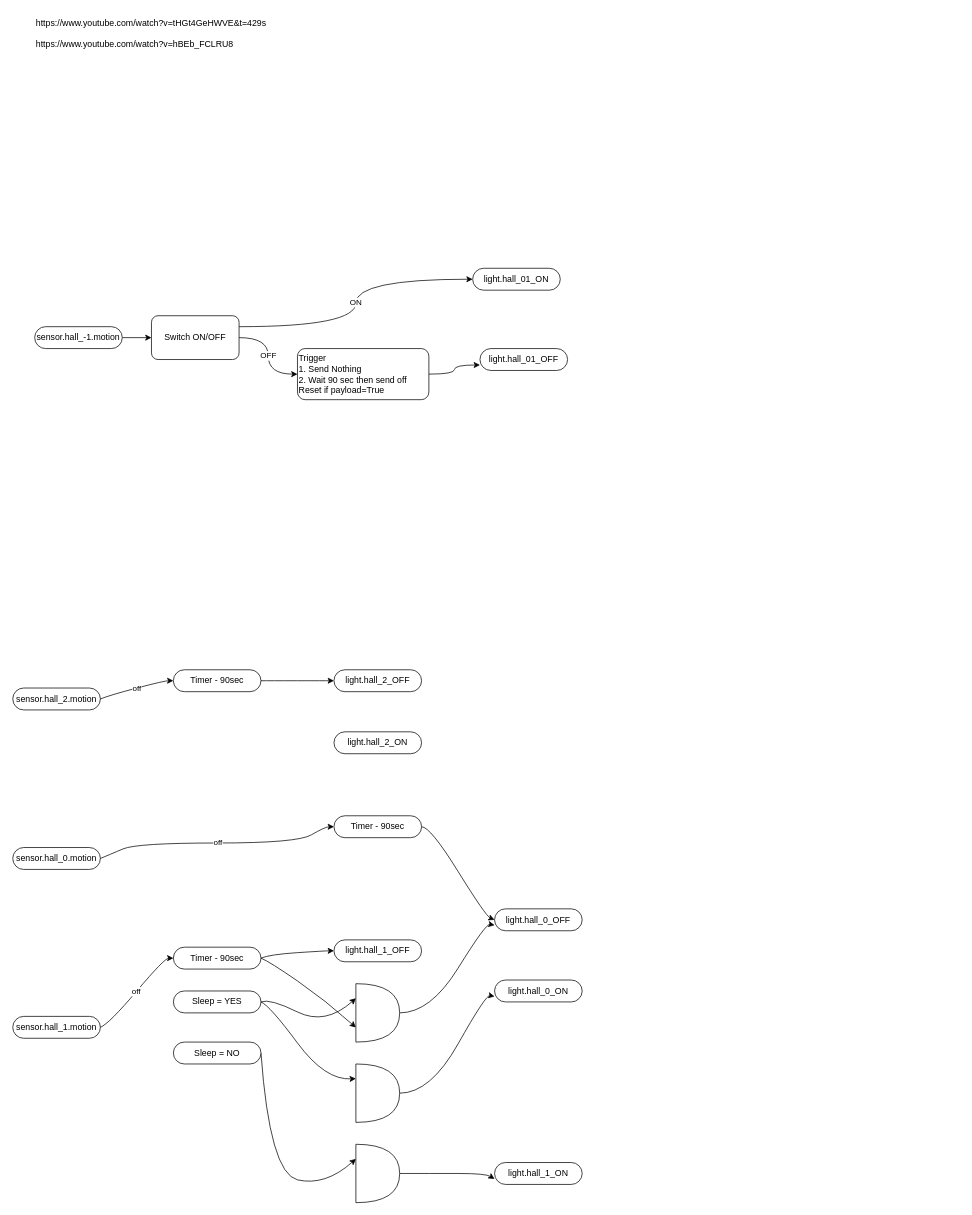
This is page "light.hall_motion_current" (2 of 4) of logical_flows/NodeRED_flow.drawio from houdaerttim/dns-hass, a draw.io file, before an edit. Source tidied: cells renumbered, new cells numbered last; positions are measured from the earlier drawing's top-left corner, leaving out a move shared by most shapes. Both pictures are drawn from the tidied source at 73%, with x=0, y=0 at pixel (12, 12).
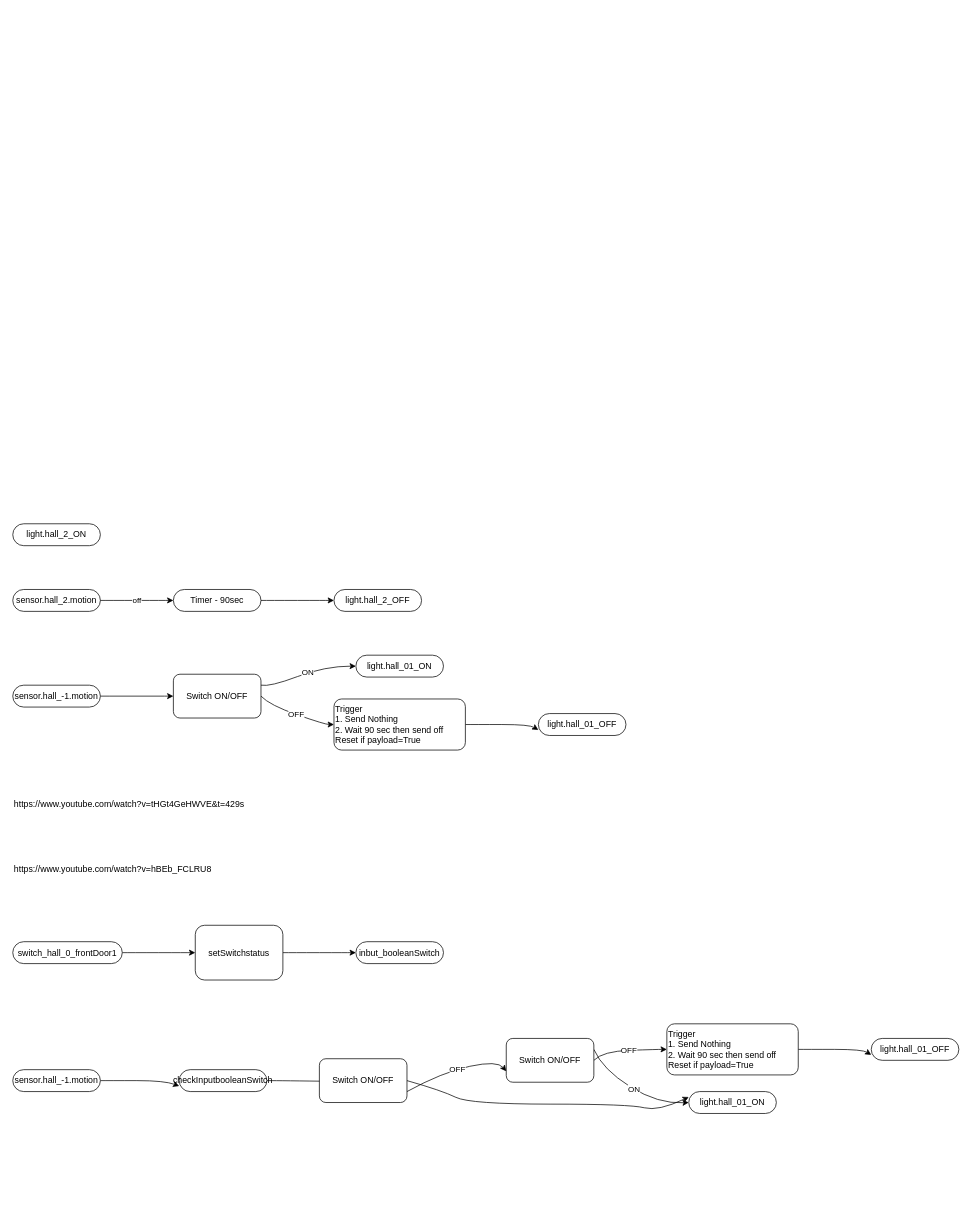
After the change.

Diff of the diagram source:
```diff
@@
-    <mxCell id="2" style="edgeStyle=orthogonalEdgeStyle;rounded=0;jettySize=auto;html=1;exitX=1;exitY=0.5;exitDx=0;exitDy=0;entryX=0;entryY=0.5;entryDx=0;entryDy=0;" parent="1" edge="1" source="3" target="38">
-      <mxGeometry relative="1" as="geometry" />
+    <mxCell id="2" style="edgeStyle=orthogonalEdgeStyle;rounded=0;jettySize=auto;html=1;exitX=1;exitY=0.5;exitDx=0;exitDy=0;entryX=0;entryY=0.5;entryDx=0;entryDy=0;noEdgeStyle=1;orthogonal=1;" parent="1" edge="1" source="3" target="38">
+      <mxGeometry relative="1" as="geometry">
+        <Array as="points">
+          <mxPoint x="132" y="936.1" />
+          <mxPoint x="208" y="936.1" />
+        </Array>
+      </mxGeometry>
     </mxCell>
     <mxCell id="3" value="sensor.hall_-1.motion" style="rounded=1;whiteSpace=wrap;html=1;arcSize=50;" parent="1" vertex="1">
-      <mxGeometry x="30" y="430" width="120" height="30" as="geometry" />
+      <mxGeometry y="921.1" width="120" height="30" as="geometry" />
     </mxCell>
-    <mxCell id="4" value="sensor.hall_0.motion" style="rounded=1;whiteSpace=wrap;html=1;arcSize=50;" parent="1" vertex="1">
-      <mxGeometry y="1143.5" width="120" height="30" as="geometry" />
-    </mxCell>
-    <mxCell id="5" value="sensor.hall_1.motion" style="rounded=1;whiteSpace=wrap;html=1;arcSize=50;" parent="1" vertex="1">
-      <mxGeometry y="1374.8" width="120" height="30" as="geometry" />
-    </mxCell>
     <mxCell id="6" value="sensor.hall_2.motion" style="rounded=1;whiteSpace=wrap;html=1;arcSize=50;" parent="1" vertex="1">
-      <mxGeometry y="925" width="120" height="30" as="geometry" />
+      <mxGeometry y="790" width="120" height="30" as="geometry" />
     </mxCell>
     <mxCell id="7" value="light.hall_01_ON" style="rounded=1;whiteSpace=wrap;html=1;arcSize=50;" parent="1" vertex="1">
-      <mxGeometry x="630" y="350" width="120" height="30" as="geometry" />
+      <mxGeometry x="470" y="880" width="120" height="30" as="geometry" />
     </mxCell>
     <mxCell id="8" value="light.hall_01_OFF" style="rounded=1;whiteSpace=wrap;html=1;arcSize=50;" parent="1" vertex="1">
-      <mxGeometry x="640" y="460" width="120" height="30" as="geometry" />
+      <mxGeometry x="720" y="960" width="120" height="30" as="geometry" />
     </mxCell>
-    <mxCell id="9" value="light.hall_0_ON" style="rounded=1;whiteSpace=wrap;html=1;arcSize=50;" parent="1" vertex="1">
-      <mxGeometry x="660" y="1325" width="120" height="30" as="geometry" />
-    </mxCell>
-    <mxCell id="10" value="light.hall_0_OFF" style="rounded=1;whiteSpace=wrap;html=1;arcSize=50;" parent="1" vertex="1">
-      <mxGeometry x="660" y="1227.5" width="120" height="30" as="geometry" />
-    </mxCell>
-    <mxCell id="11" value="light.hall_1_ON" style="rounded=1;whiteSpace=wrap;html=1;arcSize=50;" parent="1" vertex="1">
-      <mxGeometry x="660" y="1575" width="120" height="30" as="geometry" />
-    </mxCell>
-    <mxCell id="12" value="light.hall_1_OFF" style="rounded=1;whiteSpace=wrap;html=1;arcSize=50;" parent="1" vertex="1">
-      <mxGeometry x="440" y="1270" width="120" height="30" as="geometry" />
-    </mxCell>
     <mxCell id="13" value="light.hall_2_ON" style="rounded=1;whiteSpace=wrap;html=1;arcSize=50;" parent="1" vertex="1">
-      <mxGeometry x="440" y="985" width="120" height="30" as="geometry" />
+      <mxGeometry y="700" width="120" height="30" as="geometry" />
     </mxCell>
     <mxCell id="14" value="light.hall_2_OFF" style="rounded=1;whiteSpace=wrap;html=1;arcSize=50;" parent="1" vertex="1">
-      <mxGeometry x="440" y="900" width="120" height="30" as="geometry" />
+      <mxGeometry x="440" y="790" width="120" height="30" as="geometry" />
     </mxCell>
-    <mxCell id="15" value="off" style="edgeStyle=orthogonalEdgeStyle;curved=1;rounded=0;jettySize=auto;html=1;exitX=1;exitY=0.5;exitDx=0;exitDy=0;entryX=0;entryY=0.5;entryDx=0;entryDy=0;noEdgeStyle=1;orthogonal=1;" parent="1" edge="1" source="4" target="17">
-      <mxGeometry relative="1" as="geometry">
-        <Array as="points">
-          <mxPoint x="132" y="1153.5" />
-          <mxPoint x="170" y="1137.3" />
-          <mxPoint x="390" y="1137.3" />
-          <mxPoint x="428" y="1115" />
-        </Array>
-      </mxGeometry>
-    </mxCell>
-    <mxCell id="16" style="edgeStyle=orthogonalEdgeStyle;curved=1;rounded=0;jettySize=auto;html=1;exitX=1;exitY=0.5;exitDx=0;exitDy=0;entryX=0;entryY=0.5;entryDx=0;entryDy=0;noEdgeStyle=1;orthogonal=1;" parent="1" edge="1" source="17" target="10">
-      <mxGeometry relative="1" as="geometry">
-        <Array as="points">
-          <mxPoint x="572" y="1115" />
-          <mxPoint x="648" y="1237.5" />
-        </Array>
-      </mxGeometry>
-    </mxCell>
-    <mxCell id="17" value="Timer - 90sec" style="rounded=1;whiteSpace=wrap;html=1;arcSize=50;" parent="1" vertex="1">
-      <mxGeometry x="440" y="1100" width="120" height="30" as="geometry" />
-    </mxCell>
-    <mxCell id="18" value="off" style="edgeStyle=orthogonalEdgeStyle;curved=1;rounded=0;jettySize=auto;html=1;exitX=1;exitY=0.5;exitDx=0;exitDy=0;entryX=0;entryY=0.5;entryDx=0;entryDy=0;noEdgeStyle=1;orthogonal=1;" parent="1" edge="1" source="5" target="21">
-      <mxGeometry relative="1" as="geometry">
-        <Array as="points">
-          <mxPoint x="132" y="1384.8" />
-          <mxPoint x="208" y="1295" />
-        </Array>
-      </mxGeometry>
-    </mxCell>
-    <mxCell id="19" style="edgeStyle=orthogonalEdgeStyle;curved=1;rounded=0;jettySize=auto;html=1;exitX=1;exitY=0.5;exitDx=0;exitDy=0;entryX=0;entryY=0.5;entryDx=0;entryDy=0;noEdgeStyle=1;orthogonal=1;" parent="1" edge="1" source="21" target="12">
-      <mxGeometry relative="1" as="geometry">
-        <Array as="points">
-          <mxPoint x="352" y="1290" />
-          <mxPoint x="428" y="1285" />
-        </Array>
-      </mxGeometry>
-    </mxCell>
-    <mxCell id="20" style="edgeStyle=orthogonalEdgeStyle;curved=1;rounded=0;jettySize=auto;html=1;exitX=1;exitY=0.5;exitDx=0;exitDy=0;entryX=0;entryY=0.75;entryDx=0;entryDy=0;entryPerimeter=0;noEdgeStyle=1;orthogonal=1;" parent="1" edge="1" source="21" target="35">
-      <mxGeometry relative="1" as="geometry">
-        <Array as="points">
-          <mxPoint x="352" y="1300" />
-          <mxPoint x="428" y="1352.5" />
-        </Array>
-      </mxGeometry>
-    </mxCell>
-    <mxCell id="21" value="Timer - 90sec" style="rounded=1;whiteSpace=wrap;html=1;arcSize=50;" parent="1" vertex="1">
-      <mxGeometry x="220" y="1280" width="120" height="30" as="geometry" />
-    </mxCell>
     <mxCell id="22" value="off" style="edgeStyle=orthogonalEdgeStyle;curved=1;rounded=0;jettySize=auto;html=1;exitX=1;exitY=0.5;exitDx=0;exitDy=0;entryX=0;entryY=0.5;entryDx=0;entryDy=0;noEdgeStyle=1;orthogonal=1;" parent="1" edge="1" source="6" target="24">
       <mxGeometry relative="1" as="geometry">
         <Array as="points">
-          <mxPoint x="132" y="935" />
-          <mxPoint x="208" y="915" />
+          <mxPoint x="132" y="805" />
+          <mxPoint x="208" y="805" />
         </Array>
       </mxGeometry>
     </mxCell>
     <mxCell id="23" style="edgeStyle=orthogonalEdgeStyle;curved=1;rounded=0;jettySize=auto;html=1;exitX=1;exitY=0.5;exitDx=0;exitDy=0;entryX=0;entryY=0.5;entryDx=0;entryDy=0;noEdgeStyle=1;orthogonal=1;" parent="1" edge="1" source="24" target="14">
       <mxGeometry relative="1" as="geometry">
         <Array as="points">
-          <mxPoint x="352" y="915" />
-          <mxPoint x="428" y="915" />
+          <mxPoint x="352" y="805" />
+          <mxPoint x="428" y="805" />
         </Array>
       </mxGeometry>
     </mxCell>
     <mxCell id="24" value="Timer - 90sec" style="rounded=1;whiteSpace=wrap;html=1;arcSize=50;" parent="1" vertex="1">
-      <mxGeometry x="220" y="900" width="120" height="30" as="geometry" />
+      <mxGeometry x="220" y="790" width="120" height="30" as="geometry" />
     </mxCell>
-    <mxCell id="25" style="edgeStyle=orthogonalEdgeStyle;curved=1;rounded=0;jettySize=auto;html=1;exitX=1;exitY=0.5;exitDx=0;exitDy=0;entryX=0;entryY=0.25;entryDx=0;entryDy=0;entryPerimeter=0;noEdgeStyle=1;orthogonal=1;" parent="1" edge="1" source="27" target="33">
-      <mxGeometry relative="1" as="geometry">
-        <Array as="points">
-          <mxPoint x="352" y="1360" />
-          <mxPoint x="428" y="1462.5" />
-        </Array>
-      </mxGeometry>
-    </mxCell>
-    <mxCell id="26" style="edgeStyle=orthogonalEdgeStyle;curved=1;rounded=0;jettySize=auto;html=1;exitX=1;exitY=0.5;exitDx=0;exitDy=0;entryX=0;entryY=0.25;entryDx=0;entryDy=0;entryPerimeter=0;noEdgeStyle=1;orthogonal=1;" parent="1" edge="1" source="27" target="35">
-      <mxGeometry relative="1" as="geometry">
-        <Array as="points">
-          <mxPoint x="352" y="1350" />
-          <mxPoint x="428" y="1387.5" />
-        </Array>
-      </mxGeometry>
-    </mxCell>
-    <mxCell id="27" value="Sleep = YES" style="rounded=1;whiteSpace=wrap;html=1;arcSize=50;" parent="1" vertex="1">
-      <mxGeometry x="220" y="1340" width="120" height="30" as="geometry" />
-    </mxCell>
-    <mxCell id="28" style="edgeStyle=orthogonalEdgeStyle;curved=1;rounded=0;jettySize=auto;html=1;exitX=1;exitY=0.5;exitDx=0;exitDy=0;entryX=0;entryY=0.25;entryDx=0;entryDy=0;entryPerimeter=0;noEdgeStyle=1;orthogonal=1;" parent="1" edge="1" source="29" target="31">
-      <mxGeometry relative="1" as="geometry">
-        <Array as="points">
-          <mxPoint x="352" y="1590" />
-          <mxPoint x="428" y="1607.5" />
-        </Array>
-      </mxGeometry>
-    </mxCell>
-    <mxCell id="29" value="Sleep = NO&lt;br&gt;" style="rounded=1;whiteSpace=wrap;html=1;arcSize=50;" parent="1" vertex="1">
-      <mxGeometry x="220" y="1410" width="120" height="30" as="geometry" />
-    </mxCell>
-    <mxCell id="30" style="edgeStyle=orthogonalEdgeStyle;curved=1;rounded=0;jettySize=auto;html=1;exitX=1;exitY=0.5;exitDx=0;exitDy=0;exitPerimeter=0;entryX=0;entryY=0.75;entryDx=0;entryDy=0;noEdgeStyle=1;orthogonal=1;" parent="1" edge="1" source="31" target="11">
-      <mxGeometry relative="1" as="geometry">
-        <Array as="points">
-          <mxPoint x="572" y="1590" />
-          <mxPoint x="648" y="1590" />
-        </Array>
-      </mxGeometry>
-    </mxCell>
-    <mxCell id="31" style="shape=or;whiteSpace=wrap;html=1;" parent="1" vertex="1">
-      <mxGeometry x="470" y="1550" width="60" height="80" as="geometry" />
-    </mxCell>
-    <mxCell id="32" style="edgeStyle=orthogonalEdgeStyle;curved=1;rounded=0;jettySize=auto;html=1;exitX=1;exitY=0.5;exitDx=0;exitDy=0;exitPerimeter=0;entryX=0;entryY=0.75;entryDx=0;entryDy=0;noEdgeStyle=1;orthogonal=1;" parent="1" edge="1" source="33" target="9">
-      <mxGeometry relative="1" as="geometry">
-        <Array as="points">
-          <mxPoint x="572" y="1480" />
-          <mxPoint x="648" y="1345" />
-        </Array>
-      </mxGeometry>
-    </mxCell>
-    <mxCell id="33" style="shape=or;whiteSpace=wrap;html=1;" parent="1" vertex="1">
-      <mxGeometry x="470" y="1440" width="60" height="80" as="geometry" />
-    </mxCell>
-    <mxCell id="34" style="edgeStyle=orthogonalEdgeStyle;curved=1;rounded=0;jettySize=auto;html=1;exitX=1;exitY=0.5;exitDx=0;exitDy=0;exitPerimeter=0;entryX=0;entryY=0.75;entryDx=0;entryDy=0;noEdgeStyle=1;orthogonal=1;" parent="1" edge="1" source="35" target="10">
-      <mxGeometry relative="1" as="geometry">
-        <Array as="points">
-          <mxPoint x="572" y="1370" />
-          <mxPoint x="648" y="1247.5" />
-        </Array>
-      </mxGeometry>
-    </mxCell>
-    <mxCell id="35" style="shape=or;whiteSpace=wrap;html=1;" parent="1" vertex="1">
-      <mxGeometry x="470" y="1330" width="60" height="80" as="geometry" />
-    </mxCell>
-    <mxCell id="36" value="ON" style="edgeStyle=orthogonalEdgeStyle;rounded=0;jettySize=auto;html=1;exitX=1;exitY=0.25;exitDx=0;exitDy=0;entryX=0;entryY=0.5;entryDx=0;entryDy=0;curved=1;" parent="1" edge="1" source="38" target="7">
-      <mxGeometry relative="1" as="geometry" />
+    <mxCell id="36" value="ON" style="edgeStyle=orthogonalEdgeStyle;rounded=0;jettySize=auto;html=1;exitX=1;exitY=0.25;exitDx=0;exitDy=0;entryX=0;entryY=0.5;entryDx=0;entryDy=0;curved=1;noEdgeStyle=1;orthogonal=1;" parent="1" edge="1" source="38" target="7">
+      <mxGeometry relative="1" as="geometry">
+        <Array as="points">
+          <mxPoint x="352" y="923.6" />
+          <mxPoint x="428" y="895" />
+        </Array>
+      </mxGeometry>
     </mxCell>
-    <mxCell id="37" value="OFF" style="edgeStyle=orthogonalEdgeStyle;rounded=0;jettySize=auto;html=1;exitX=1;exitY=0.5;exitDx=0;exitDy=0;entryX=0;entryY=0.5;entryDx=0;entryDy=0;curved=1;" parent="1" edge="1" source="38" target="40">
-      <mxGeometry relative="1" as="geometry" />
+    <mxCell id="37" value="OFF" style="edgeStyle=orthogonalEdgeStyle;rounded=0;jettySize=auto;html=1;exitX=1;exitY=0.5;exitDx=0;exitDy=0;entryX=0;entryY=0.5;entryDx=0;entryDy=0;curved=1;noEdgeStyle=1;orthogonal=1;" parent="1" edge="1" source="38" target="40">
+      <mxGeometry relative="1" as="geometry">
+        <Array as="points">
+          <mxPoint x="352" y="948.6" />
+          <mxPoint x="428" y="975" />
+        </Array>
+      </mxGeometry>
     </mxCell>
     <mxCell id="38" value="Switch ON/OFF" style="rounded=1;whiteSpace=wrap;html=1;" parent="1" vertex="1">
-      <mxGeometry x="190" y="415" width="120" height="60" as="geometry" />
+      <mxGeometry x="220" y="906.1" width="120" height="60" as="geometry" />
     </mxCell>
-    <mxCell id="39" style="edgeStyle=orthogonalEdgeStyle;rounded=0;jettySize=auto;html=1;exitX=1;exitY=0.5;exitDx=0;exitDy=0;entryX=0;entryY=0.75;entryDx=0;entryDy=0;curved=1;" parent="1" edge="1" source="40" target="8">
-      <mxGeometry relative="1" as="geometry" />
+    <mxCell id="39" style="edgeStyle=orthogonalEdgeStyle;rounded=0;jettySize=auto;html=1;exitX=1;exitY=0.5;exitDx=0;exitDy=0;entryX=0;entryY=0.75;entryDx=0;entryDy=0;curved=1;noEdgeStyle=1;orthogonal=1;" parent="1" edge="1" source="40" target="8">
+      <mxGeometry relative="1" as="geometry">
+        <Array as="points">
+          <mxPoint x="632" y="975" />
+          <mxPoint x="708" y="975" />
+        </Array>
+      </mxGeometry>
     </mxCell>
     <mxCell id="40" value="Trigger&lt;br&gt;1. Send Nothing&lt;br&gt;2. Wait 90 sec then send off&lt;br&gt;Reset if payload=True" style="rounded=1;whiteSpace=wrap;html=1;align=left;" parent="1" vertex="1">
-      <mxGeometry x="390" y="460" width="180" height="70" as="geometry" />
+      <mxGeometry x="440" y="940" width="180" height="70" as="geometry" />
     </mxCell>
     <mxCell id="41" value="https://www.youtube.com/watch?v=tHGt4GeHWVE&amp;t=429s" style="text;whiteSpace=wrap;html=1;" parent="1" vertex="1">
-      <mxGeometry x="30" width="340" height="30" as="geometry" />
+      <mxGeometry y="1070" width="340" height="30" as="geometry" />
     </mxCell>
     <mxCell id="42" value="https://www.youtube.com/watch?v=hBEb_FCLRU8" style="text;whiteSpace=wrap;html=1;" parent="1" vertex="1">
-      <mxGeometry x="30" y="30" width="300" height="30" as="geometry" />
+      <mxGeometry y="1160" width="300" height="30" as="geometry" />
     </mxCell>
+    <mxCell id="43" style="edgeStyle=orthogonalEdgeStyle;curved=1;rounded=0;jettySize=auto;html=1;exitX=1;exitY=0.5;exitDx=0;exitDy=0;entryX=0;entryY=0.75;entryDx=0;entryDy=0;noEdgeStyle=1;orthogonal=1;" parent="1" edge="1" source="44" target="58">
+      <mxGeometry relative="1" as="geometry">
+        <Array as="points">
+          <mxPoint x="132" y="1462.8" />
+          <mxPoint x="208" y="1462.8" />
+        </Array>
+      </mxGeometry>
+    </mxCell>
+    <mxCell id="44" value="sensor.hall_-1.motion" style="rounded=1;whiteSpace=wrap;html=1;arcSize=50;" parent="1" vertex="1">
+      <mxGeometry y="1447.8" width="120" height="30" as="geometry" />
+    </mxCell>
+    <mxCell id="45" value="light.hall_01_ON" style="rounded=1;whiteSpace=wrap;html=1;arcSize=50;" parent="1" vertex="1">
+      <mxGeometry x="926" y="1477.8" width="120" height="30" as="geometry" />
+    </mxCell>
+    <mxCell id="46" value="light.hall_01_OFF" style="rounded=1;whiteSpace=wrap;html=1;arcSize=50;" parent="1" vertex="1">
+      <mxGeometry x="1176" y="1405" width="120" height="30" as="geometry" />
+    </mxCell>
+    <mxCell id="47" value="ON" style="edgeStyle=orthogonalEdgeStyle;rounded=0;jettySize=auto;html=1;exitX=1;exitY=0.25;exitDx=0;exitDy=0;entryX=0;entryY=0.5;entryDx=0;entryDy=0;curved=1;noEdgeStyle=1;orthogonal=1;" parent="1" edge="1" source="49" target="45">
+      <mxGeometry relative="1" as="geometry">
+        <Array as="points">
+          <mxPoint x="808" y="1447.5" />
+          <mxPoint x="884" y="1495" />
+        </Array>
+      </mxGeometry>
+    </mxCell>
+    <mxCell id="48" value="OFF" style="edgeStyle=orthogonalEdgeStyle;rounded=0;jettySize=auto;html=1;exitX=1;exitY=0.5;exitDx=0;exitDy=0;entryX=0;entryY=0.5;entryDx=0;entryDy=0;curved=1;noEdgeStyle=1;orthogonal=1;" parent="1" edge="1" source="49" target="51">
+      <mxGeometry relative="1" as="geometry">
+        <Array as="points">
+          <mxPoint x="808" y="1422.5" />
+          <mxPoint x="884" y="1420" />
+        </Array>
+      </mxGeometry>
+    </mxCell>
+    <mxCell id="49" value="Switch ON/OFF" style="rounded=1;whiteSpace=wrap;html=1;" parent="1" vertex="1">
+      <mxGeometry x="676" y="1405" width="120" height="60" as="geometry" />
+    </mxCell>
+    <mxCell id="50" style="edgeStyle=orthogonalEdgeStyle;rounded=0;jettySize=auto;html=1;exitX=1;exitY=0.5;exitDx=0;exitDy=0;entryX=0;entryY=0.75;entryDx=0;entryDy=0;curved=1;noEdgeStyle=1;orthogonal=1;" parent="1" edge="1" source="51" target="46">
+      <mxGeometry relative="1" as="geometry">
+        <Array as="points">
+          <mxPoint x="1088" y="1420" />
+          <mxPoint x="1164" y="1420" />
+        </Array>
+      </mxGeometry>
+    </mxCell>
+    <mxCell id="51" value="Trigger&lt;br&gt;1. Send Nothing&lt;br&gt;2. Wait 90 sec then send off&lt;br&gt;Reset if payload=True" style="rounded=1;whiteSpace=wrap;html=1;align=left;" parent="1" vertex="1">
+      <mxGeometry x="896" y="1385" width="180" height="70" as="geometry" />
+    </mxCell>
+    <mxCell id="52" value="inbut_booleanSwitch" style="rounded=1;whiteSpace=wrap;html=1;arcSize=50;" parent="1" vertex="1">
+      <mxGeometry x="470" y="1272.5" width="120" height="30" as="geometry" />
+    </mxCell>
+    <mxCell id="53" style="edgeStyle=orthogonalEdgeStyle;curved=1;rounded=0;jettySize=auto;html=1;noEdgeStyle=1;orthogonal=1;" parent="1" edge="1" source="54" target="56">
+      <mxGeometry relative="1" as="geometry">
+        <Array as="points">
+          <mxPoint x="162" y="1287.5" />
+          <mxPoint x="238" y="1287.5" />
+        </Array>
+      </mxGeometry>
+    </mxCell>
+    <mxCell id="54" value="switch_hall_0_frontDoor1" style="rounded=1;whiteSpace=wrap;html=1;arcSize=50;" parent="1" vertex="1">
+      <mxGeometry y="1272.5" width="150" height="30" as="geometry" />
+    </mxCell>
+    <mxCell id="55" style="edgeStyle=orthogonalEdgeStyle;curved=1;rounded=0;jettySize=auto;html=1;noEdgeStyle=1;orthogonal=1;" parent="1" edge="1" source="56" target="52">
+      <mxGeometry relative="1" as="geometry">
+        <Array as="points">
+          <mxPoint x="382" y="1287.5" />
+          <mxPoint x="458" y="1287.5" />
+        </Array>
+      </mxGeometry>
+    </mxCell>
+    <mxCell id="56" value="setSwitchstatus" style="whiteSpace=wrap;html=1;rounded=1;arcSize=17;" parent="1" vertex="1">
+      <mxGeometry x="250" y="1250" width="120" height="75" as="geometry" />
+    </mxCell>
+    <mxCell id="57" style="edgeStyle=orthogonalEdgeStyle;curved=1;rounded=0;jettySize=auto;html=1;noEdgeStyle=1;orthogonal=1;" parent="1" edge="1" source="58" target="61">
+      <mxGeometry relative="1" as="geometry">
+        <Array as="points">
+          <mxPoint x="368" y="1462.8" />
+          <mxPoint x="444" y="1463.9" />
+        </Array>
+      </mxGeometry>
+    </mxCell>
+    <mxCell id="58" value="checkInputbooleanSwitch" style="rounded=1;whiteSpace=wrap;html=1;arcSize=50;" parent="1" vertex="1">
+      <mxGeometry x="228" y="1447.8" width="120" height="30" as="geometry" />
+    </mxCell>
+    <mxCell id="59" value="OFF" style="edgeStyle=orthogonalEdgeStyle;curved=1;rounded=0;jettySize=auto;html=1;exitX=1;exitY=0.75;exitDx=0;exitDy=0;entryX=0;entryY=0.75;entryDx=0;entryDy=0;noEdgeStyle=1;orthogonal=1;" parent="1" edge="1" source="61" target="49">
+      <mxGeometry relative="1" as="geometry">
+        <Array as="points">
+          <mxPoint x="588" y="1451.4" />
+          <mxPoint x="664" y="1435" />
+        </Array>
+      </mxGeometry>
+    </mxCell>
+    <mxCell id="60" style="edgeStyle=orthogonalEdgeStyle;curved=1;rounded=0;jettySize=auto;html=1;exitX=1;exitY=0.5;exitDx=0;exitDy=0;entryX=0;entryY=0.25;entryDx=0;entryDy=0;noEdgeStyle=1;orthogonal=1;" parent="1" edge="1" source="61" target="45">
+      <mxGeometry relative="1" as="geometry">
+        <Array as="points">
+          <mxPoint x="588" y="1476.4" />
+          <mxPoint x="626" y="1495" />
+          <mxPoint x="846" y="1495" />
+          <mxPoint x="884" y="1505" />
+        </Array>
+      </mxGeometry>
+    </mxCell>
+    <mxCell id="61" value="Switch ON/OFF" style="whiteSpace=wrap;html=1;rounded=1;arcSize=15;" parent="1" vertex="1">
+      <mxGeometry x="420" y="1432.8" width="120" height="60" as="geometry" />
+    </mxCell>
```
